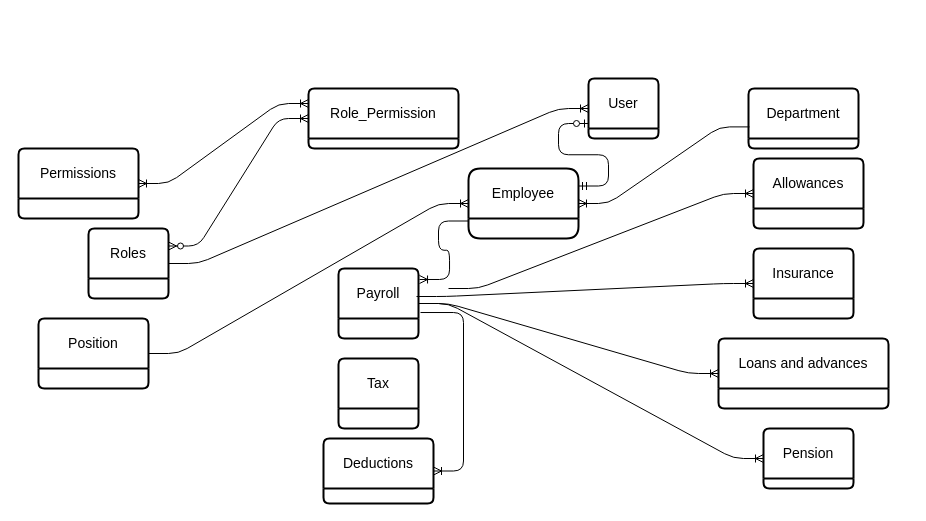
The draw.io diagram System_Design_Diagrams/ERDs.drawio in peter-289/payroll_system, before the edit. Source tidied: cells renumbered, new cells numbered last; positions are measured from the earlier drawing's top-left corner, leaving out a move shared by most shapes. Both pictures are drawn from the tidied source at 100%, with x=0, y=0 at pixel (18, 78).
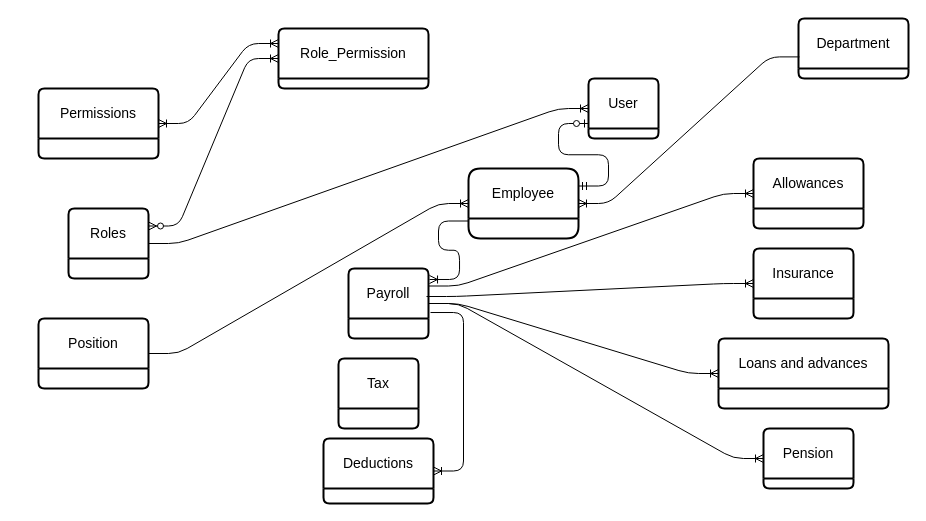
The same diagram, later.

Unchanged cells that the change refers to:
```xml
<mxCell id="8" value="Allowances" style="swimlane;horizontal=1;startSize=50;rounded=1;fontSize=14;fontStyle=0;strokeWidth=2;shadow=0;dashed=0;align=center;arcSize=4;whiteSpace=wrap;html=1;" parent="1" vertex="1" collapsed="1">
  <mxGeometry x="735" y="80" width="110" height="70" as="geometry" />
</mxCell>
```

The edit, as a diff of the source:
```diff
@@
     <mxCell id="2" value="Role_Permission" style="swimlane;horizontal=1;startSize=50;rounded=1;fontSize=14;fontStyle=0;strokeWidth=2;shadow=0;dashed=0;align=center;arcSize=4;whiteSpace=wrap;html=1;" parent="1" vertex="1" collapsed="1">
-      <mxGeometry x="290" y="10" width="150" height="60" as="geometry" />
+      <mxGeometry x="260" y="-50" width="150" height="60" as="geometry" />
     </mxCell>
@@
     <mxCell id="12" value="Department" style="swimlane;horizontal=1;startSize=50;rounded=1;fontSize=14;fontStyle=0;strokeWidth=2;shadow=0;dashed=0;align=center;arcSize=4;whiteSpace=wrap;html=1;" parent="1" vertex="1" collapsed="1">
-      <mxGeometry x="730" y="10" width="110" height="60" as="geometry" />
+      <mxGeometry x="780" y="-60" width="110" height="60" as="geometry" />
     </mxCell>
     <mxCell id="13" value="Payroll" style="swimlane;horizontal=1;startSize=50;rounded=1;fontSize=14;fontStyle=0;strokeWidth=2;shadow=0;dashed=0;align=center;arcSize=4;whiteSpace=wrap;html=1;" parent="1" vertex="1" collapsed="1">
-      <mxGeometry x="320" y="190" width="80" height="70" as="geometry" />
+      <mxGeometry x="330" y="190" width="80" height="70" as="geometry" />
     </mxCell>
     <mxCell id="14" value="Permissions" style="swimlane;horizontal=1;startSize=50;rounded=1;fontSize=14;fontStyle=0;strokeWidth=2;shadow=0;dashed=0;align=center;arcSize=4;whiteSpace=wrap;html=1;" parent="1" vertex="1" collapsed="1">
-      <mxGeometry y="70" width="120" height="70" as="geometry" />
+      <mxGeometry x="20" y="10" width="120" height="70" as="geometry" />
     </mxCell>
     <mxCell id="15" value="Roles" style="swimlane;horizontal=1;startSize=50;rounded=1;fontSize=14;fontStyle=0;strokeWidth=2;shadow=0;dashed=0;align=center;arcSize=4;whiteSpace=wrap;html=1;" parent="1" vertex="1" collapsed="1">
-      <mxGeometry x="70" y="150" width="80" height="70" as="geometry" />
+      <mxGeometry x="50" y="130" width="80" height="70" as="geometry" />
     </mxCell>
@@
-    <mxCell id="19" style="edgeStyle=entityRelationEdgeStyle;fontSize=12;html=1;endArrow=ERoneToMany;entryX=0;entryY=0.5;entryDx=0;entryDy=0;" parent="1" edge="1" target="8">
-      <mxGeometry relative="1" as="geometry">
-        <mxPoint x="430" y="210" as="sourcePoint" />
-      </mxGeometry>
+    <mxCell id="19" style="edgeStyle=entityRelationEdgeStyle;fontSize=12;html=1;endArrow=ERoneToMany;entryX=0;entryY=0.5;entryDx=0;entryDy=0;exitX=1;exitY=0.25;exitDx=0;exitDy=0;" parent="1" edge="1" source="13" target="8">
+      <mxGeometry relative="1" as="geometry" />
     </mxCell>
```
